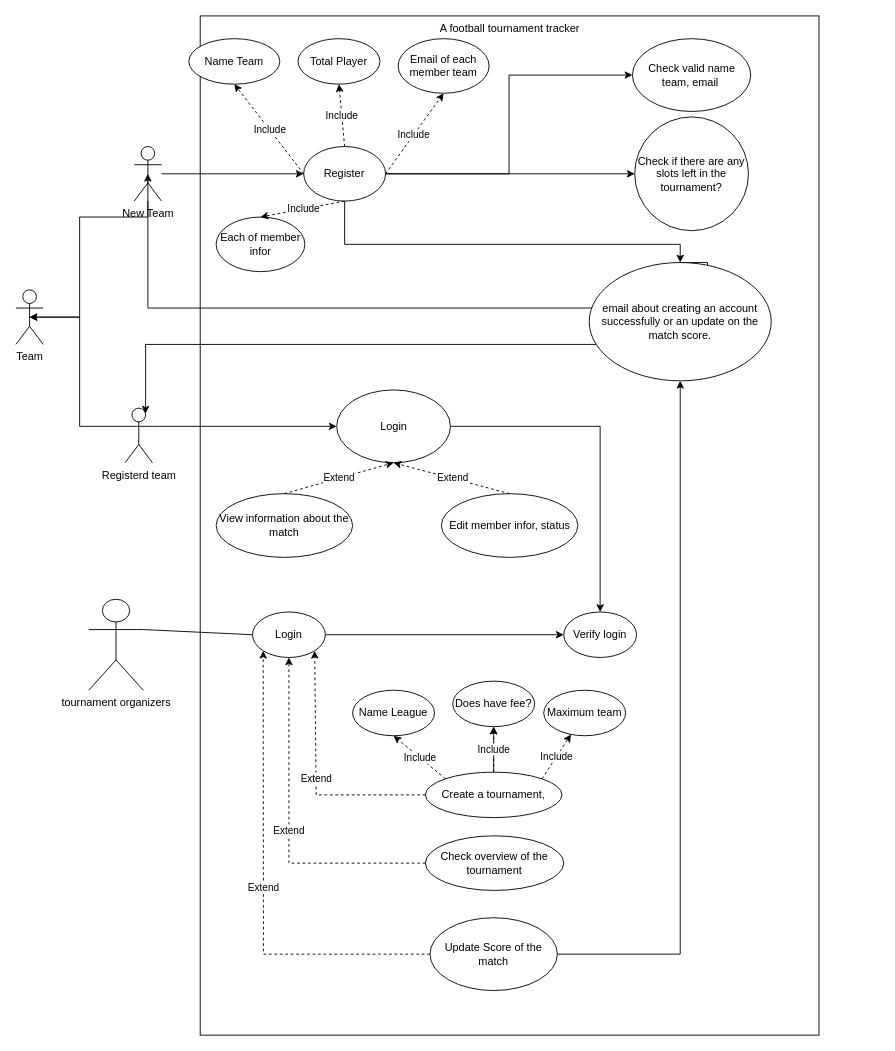
LapTrinhMangProject/NT106.N22.Group10 keeps this draw.io diagram as Do An/Báo cáo giữa kì/use case_test.drawio. Above is the earlier version. Source tidied: cells renumbered, new cells numbered last; positions are measured from the earlier drawing's top-left corner, leaving out a move shared by most shapes. Both pictures are drawn from the tidied source at 91%, with x=0, y=0 at pixel (15, 15).
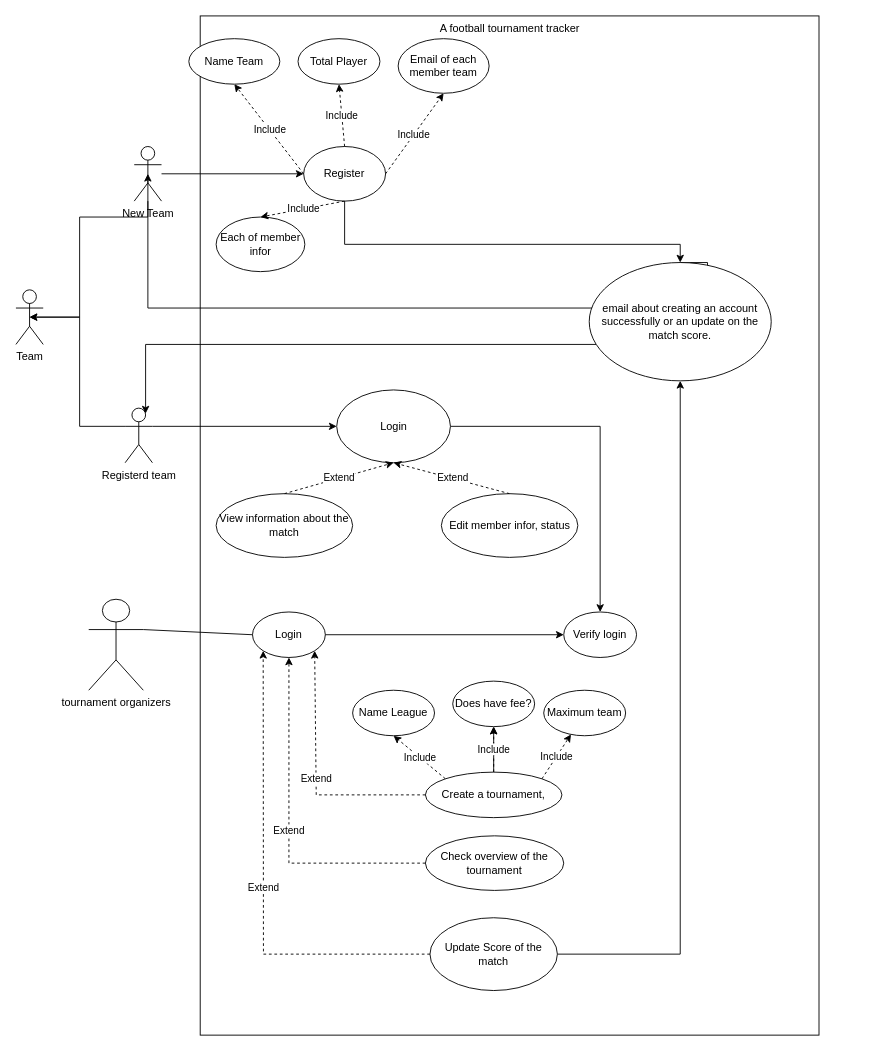
The same page after the edit.

Commit message (it also covers changes not shown here):
xóa mấy cái check

The change refers to these unchanged cells:
```xml
<mxCell id="42" value="Register" style="ellipse;whiteSpace=wrap;html=1;" parent="1" vertex="1">
  <mxGeometry x="316.2" y="143.5" width="90" height="60" as="geometry" />
</mxCell>
```

What changed in the source:
```diff
@@
-    <mxCell id="39" style="edgeStyle=orthogonalEdgeStyle;rounded=0;jettySize=auto;html=1;entryX=0;entryY=0.5;entryDx=0;entryDy=0;" parent="1" edge="1" source="42" target="50">
-      <mxGeometry relative="1" as="geometry" />
-    </mxCell>
-    <mxCell id="40" style="edgeStyle=orthogonalEdgeStyle;rounded=0;jettySize=auto;html=1;entryX=0;entryY=0.5;entryDx=0;entryDy=0;" parent="1" edge="1" source="42" target="49">
-      <mxGeometry relative="1" as="geometry" />
-    </mxCell>
@@
-    <mxCell id="49" value="Check valid name team, email&amp;nbsp;" style="ellipse;whiteSpace=wrap;html=1;" parent="1" vertex="1">
-      <mxGeometry x="677.5" y="25" width="130" height="80" as="geometry" />
-    </mxCell>
-    <mxCell id="50" value="Check if there are any slots left in the tournament?" style="ellipse;whiteSpace=wrap;html=1;" parent="1" vertex="1">
-      <mxGeometry x="680" y="111" width="125" height="125" as="geometry" />
-    </mxCell>
```
